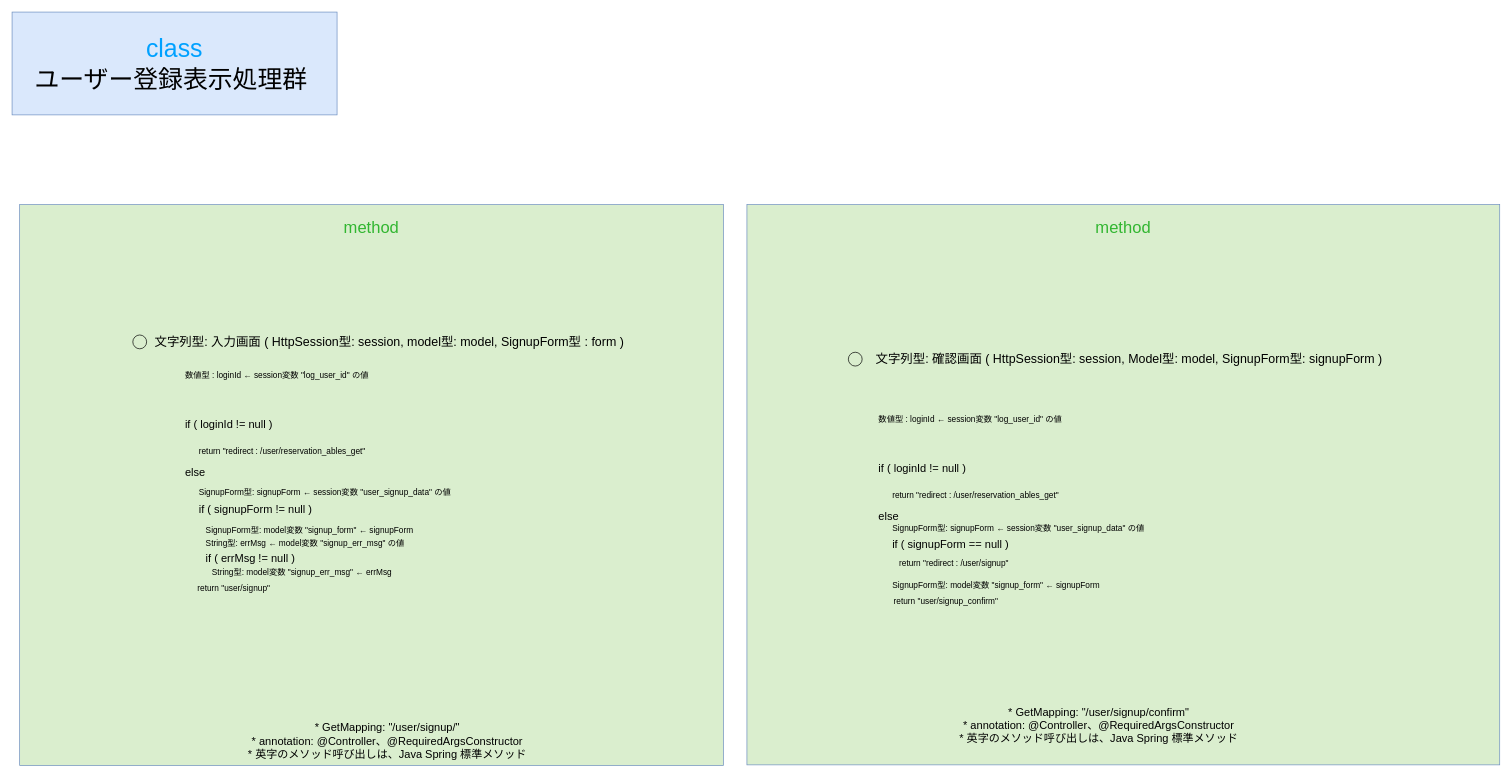
The draw.io diagram gijigengo/controller/view/user/meeting_reservation_sys controller_view_user SignupViewControllerクラス 疑似言語.drawio in tro319/meeting_reservation_system, before the edit. Source tidied: cells renumbered, new cells numbered last; positions are measured from the earlier drawing's top-left corner, leaving out a move shared by most shapes. Both pictures are drawn from the tidied source at 69%, with x=0, y=0 at pixel (12, 12).
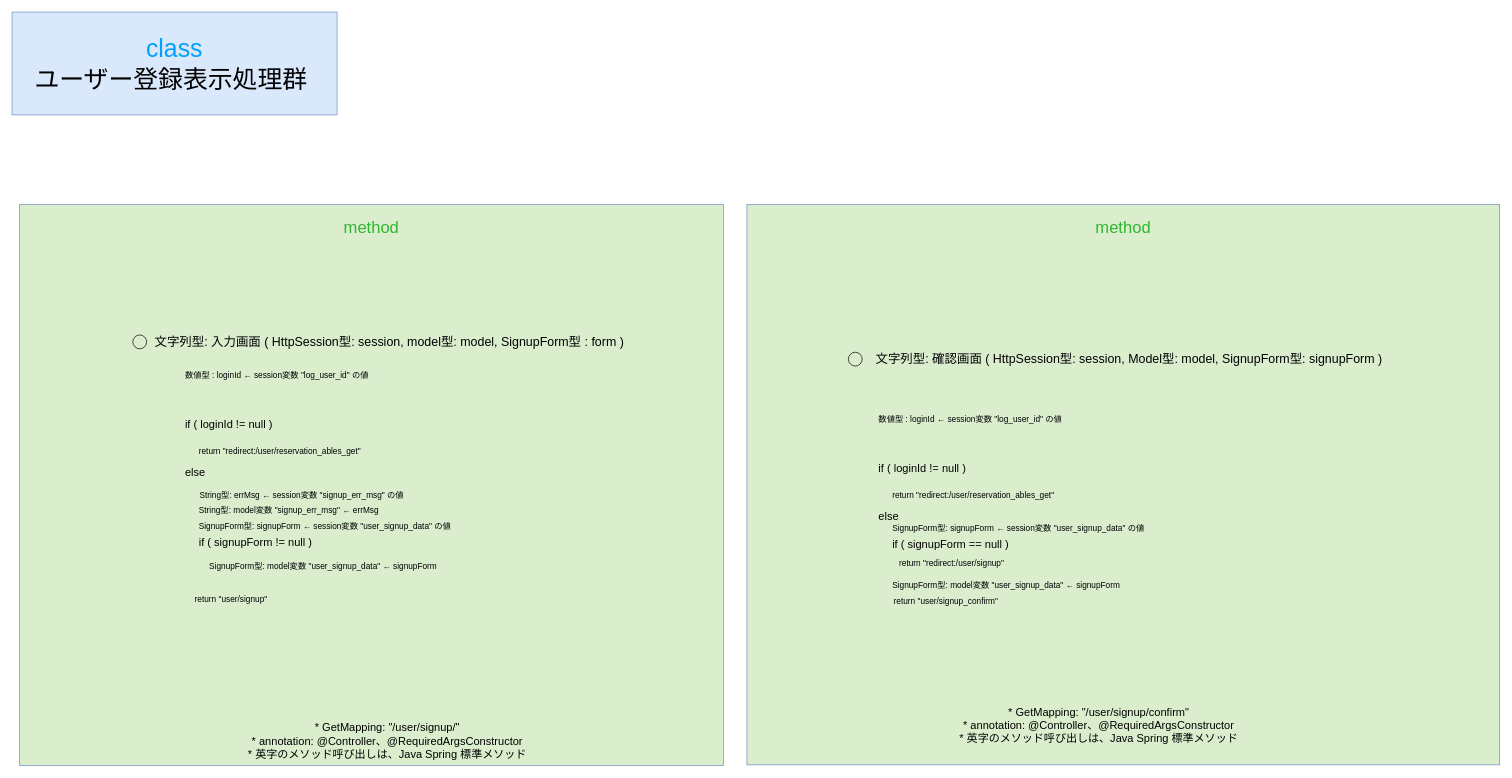
After the change.

Change to the diagram source:
```diff
@@
     <mxCell id="7" value="SignupForm型: signupForm ← session変数 &quot;user_signup_data&quot; の値&amp;nbsp;" style="text;html=1;whiteSpace=wrap;strokeColor=none;fillColor=none;align=left;verticalAlign=middle;rounded=0;" parent="1" vertex="1">
-      <mxGeometry x="269" y="682" width="590" height="30" as="geometry" />
+      <mxGeometry x="269" y="730" width="590" height="30" as="geometry" />
     </mxCell>
-    <mxCell id="8" value="return &quot;redirect : /user/reservation_ables_get&quot;" style="text;html=1;whiteSpace=wrap;strokeColor=none;fillColor=none;align=left;verticalAlign=middle;rounded=0;" parent="1" vertex="1">
+    <mxCell id="8" value="return &quot;redirect:/user/reservation_ables_get&quot;" style="text;html=1;whiteSpace=wrap;strokeColor=none;fillColor=none;align=left;verticalAlign=middle;rounded=0;" parent="1" vertex="1">
       <mxGeometry x="269" y="622" width="590" height="30" as="geometry" />
     </mxCell>
@@
     <mxCell id="10" value="&lt;div align=&quot;left&quot;&gt;&lt;span style=&quot;color: rgb(0, 0, 0);&quot;&gt;&lt;font style=&quot;font-size: 16px;&quot;&gt;if ( signupForm != null )&amp;nbsp;&amp;nbsp;&lt;/font&gt;&lt;/span&gt;&lt;/div&gt;" style="text;html=1;whiteSpace=wrap;strokeColor=none;fillColor=none;align=left;verticalAlign=middle;rounded=0;" parent="1" vertex="1">
-      <mxGeometry x="269" y="706" width="590" height="30" as="geometry" />
+      <mxGeometry x="269" y="754" width="590" height="30" as="geometry" />
     </mxCell>
-    <mxCell id="11" value="SignupForm型: model変数 &quot;signup_form&quot; ← signupForm" style="text;html=1;whiteSpace=wrap;strokeColor=none;fillColor=none;align=left;verticalAlign=middle;rounded=0;" parent="1" vertex="1">
-      <mxGeometry x="279" y="736" width="624" height="30" as="geometry" />
-    </mxCell>
-    <mxCell id="12" value="&lt;div align=&quot;left&quot;&gt;&lt;span style=&quot;color: rgb(0, 0, 0);&quot;&gt;&lt;font style=&quot;font-size: 16px;&quot;&gt;if ( errMsg != null )&amp;nbsp;&amp;nbsp;&lt;/font&gt;&lt;/span&gt;&lt;/div&gt;" style="text;html=1;whiteSpace=wrap;strokeColor=none;fillColor=none;align=left;verticalAlign=middle;rounded=0;" parent="1" vertex="1">
-      <mxGeometry x="279" y="776" width="590" height="30" as="geometry" />
-    </mxCell>
@@
-    <mxCell id="18" value="return &quot;redirect : /user/reservation_ables_get&quot;" style="text;html=1;whiteSpace=wrap;strokeColor=none;fillColor=none;align=left;verticalAlign=middle;rounded=0;" parent="1" vertex="1">
+    <mxCell id="18" value="return &quot;redirect:/user/reservation_ables_get&quot;" style="text;html=1;whiteSpace=wrap;strokeColor=none;fillColor=none;align=left;verticalAlign=middle;rounded=0;" parent="1" vertex="1">
       <mxGeometry x="1273.5" y="686" width="590" height="30" as="geometry" />
     </mxCell>
@@
-    <mxCell id="20" value="return &quot;redirect : /user/signup&quot;" style="text;html=1;whiteSpace=wrap;strokeColor=none;fillColor=none;align=left;verticalAlign=middle;rounded=0;" parent="1" vertex="1">
+    <mxCell id="20" value="return &quot;redirect:/user/signup&quot;" style="text;html=1;whiteSpace=wrap;strokeColor=none;fillColor=none;align=left;verticalAlign=middle;rounded=0;" parent="1" vertex="1">
       <mxGeometry x="1283.5" y="785" width="590" height="30" as="geometry" />
     </mxCell>
@@
     <mxCell id="23" value="return &quot;user/signup&quot;" style="text;html=1;whiteSpace=wrap;strokeColor=none;fillColor=none;align=left;verticalAlign=middle;rounded=0;" parent="1" vertex="1">
-      <mxGeometry x="267" y="821" width="590" height="30" as="geometry" />
+      <mxGeometry x="263" y="836" width="590" height="30" as="geometry" />
     </mxCell>
-    <mxCell id="24" value="String型: errMsg ←&amp;nbsp;model変数 &quot;signup_err_msg&quot; の値" style="text;html=1;whiteSpace=wrap;strokeColor=none;fillColor=none;align=left;verticalAlign=middle;rounded=0;" parent="1" vertex="1">
-      <mxGeometry x="279" y="756" width="624" height="30" as="geometry" />
-    </mxCell>
-    <mxCell id="25" value="String型: model変数 &quot;signup_err_msg&quot; ← errMsg" style="text;html=1;whiteSpace=wrap;strokeColor=none;fillColor=none;align=left;verticalAlign=middle;rounded=0;" parent="1" vertex="1">
-      <mxGeometry x="288" y="797" width="590" height="30" as="geometry" />
+    <mxCell id="25" value="SignupForm型: model変数 &quot;user_signup_data&quot; ← signupForm" style="text;html=1;whiteSpace=wrap;strokeColor=none;fillColor=none;align=left;verticalAlign=middle;rounded=0;" parent="1" vertex="1">
+      <mxGeometry x="284" y="789" width="590" height="30" as="geometry" />
     </mxCell>
@@
-    <mxCell id="31" value="SignupForm型: model変数 &quot;signup_form&quot; ← signupForm" style="text;html=1;whiteSpace=wrap;strokeColor=none;fillColor=none;align=left;verticalAlign=middle;rounded=0;" parent="1" vertex="1">
+    <mxCell id="31" value="SignupForm型: model変数 &quot;user_signup_data&quot; ← signupForm" style="text;html=1;whiteSpace=wrap;strokeColor=none;fillColor=none;align=left;verticalAlign=middle;rounded=0;" parent="1" vertex="1">
       <mxGeometry x="1273.5" y="816" width="590" height="30" as="geometry" />
     </mxCell>
+    <mxCell id="32" value="String型: errMsg ← session変数 &quot;signup_err_msg&quot; の値&amp;nbsp;" style="text;html=1;whiteSpace=wrap;strokeColor=none;fillColor=none;align=left;verticalAlign=middle;rounded=0;" parent="1" vertex="1">
+      <mxGeometry x="270" y="686" width="590" height="30" as="geometry" />
+    </mxCell>
+    <mxCell id="33" value="String型: model変数 &quot;signup_err_msg&quot; ← errMsg&amp;nbsp;" style="text;html=1;whiteSpace=wrap;strokeColor=none;fillColor=none;align=left;verticalAlign=middle;rounded=0;" parent="1" vertex="1">
+      <mxGeometry x="269" y="707" width="590" height="30" as="geometry" />
+    </mxCell>
```
